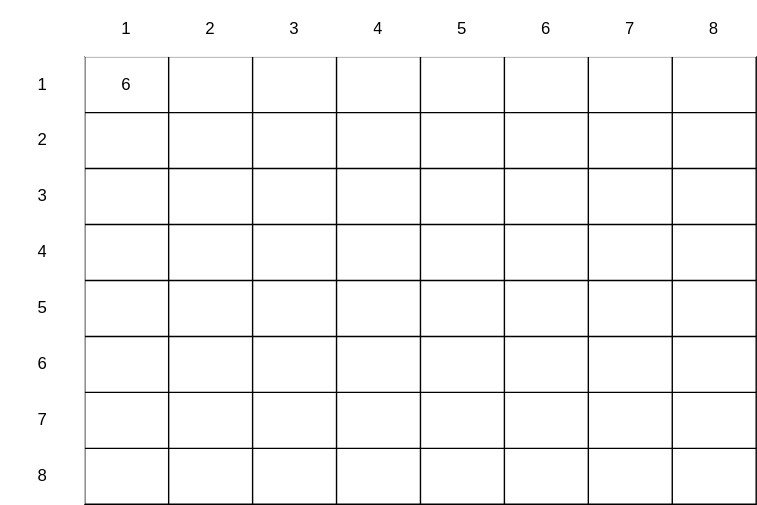
Before: Processamento de Imagens - Atividades do dia 2022-06-09-b.svg, a diagram exported from draw.io (mdmundo/diagrams). Source tidied: cells renumbered, new cells last; positions are measured from the earlier drawing's top-left corner, leaving out a move shared by most shapes.
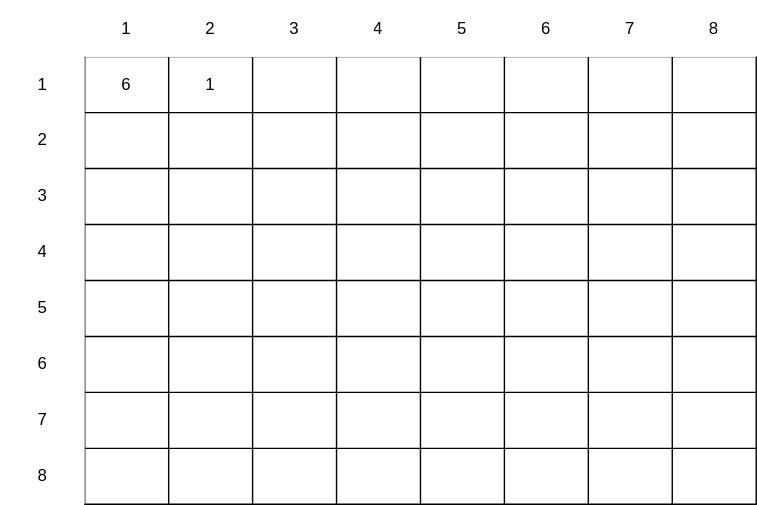
Above is the later version.

Diff of the diagram source:
```diff
@@ -11,7 +11,7 @@
     <mxCell id="4" value="6" style="shape=partialRectangle;html=1;whiteSpace=wrap;overflow=hidden;fillColor=none;top=0;left=0;bottom=0;right=0;strokeColor=default;strokeWidth=1;" parent="3" vertex="1">
       <mxGeometry width="60" height="40" as="geometry" />
     </mxCell>
-    <mxCell id="5" style="shape=partialRectangle;html=1;whiteSpace=wrap;overflow=hidden;fillColor=none;top=0;left=0;bottom=0;right=0;strokeColor=default;strokeWidth=1;" parent="3" vertex="1">
+    <mxCell id="5" value="1" style="shape=partialRectangle;html=1;whiteSpace=wrap;overflow=hidden;fillColor=none;top=0;left=0;bottom=0;right=0;strokeColor=default;strokeWidth=1;" parent="3" vertex="1">
       <mxGeometry x="60" width="60" height="40" as="geometry" />
     </mxCell>
     <mxCell id="6" style="shape=partialRectangle;html=1;whiteSpace=wrap;overflow=hidden;fillColor=none;top=0;left=0;bottom=0;right=0;strokeColor=default;strokeWidth=1;" parent="3" vertex="1">
```
